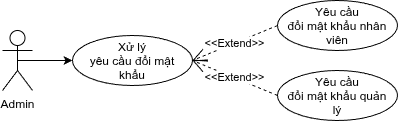
Above: Biểu đồ ca sử dụng/Xử lý yêu cầu đổi mật khẩu(Admin là actor).png in quang2097/web_java (draw.io), before the change. Source tidied: cells renumbered, new cells last; positions are measured from the earlier drawing's top-left corner, leaving out a move shared by most shapes.
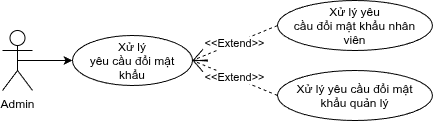
Above is the later version.

What changed in the source:
```diff
@@ -11,14 +11,14 @@
     <mxCell id="4" value="Xử lý yêu cầu đổi mật khẩu" style="ellipse;whiteSpace=wrap;html=1;shapeInside=1;" parent="1" vertex="1">
       <mxGeometry x="70" y="35" width="120" height="50" as="geometry" />
     </mxCell>
-    <mxCell id="5" value="Yêu cầu đổi mật khẩu nhân viên" style="ellipse;whiteSpace=wrap;html=1;shapeInside=1;" parent="1" vertex="1">
-      <mxGeometry x="275" width="120" height="50" as="geometry" />
+    <mxCell id="5" value="Xử lý yêu cầu đổi mật khẩu nhân viên" style="ellipse;whiteSpace=wrap;html=1;shapeInside=1;" parent="1" vertex="1">
+      <mxGeometry x="275" width="155" height="50" as="geometry" />
     </mxCell>
     <mxCell id="6" value="&amp;lt;&amp;lt;Extend&amp;gt;&amp;gt;" style="endArrow=open;endSize=12;dashed=1;html=1;rounded=0;defaultLabelBackgroundColor=page;exitX=0;exitY=0.5;exitDx=0;exitDy=0;entryX=1;entryY=0.5;entryDx=0;entryDy=0;" parent="1" edge="1" source="5" target="4">
       <mxGeometry relative="1" as="geometry" />
     </mxCell>
-    <mxCell id="7" value="Yêu cầu đổi mật khẩu quản lý" style="ellipse;whiteSpace=wrap;html=1;shapeInside=1;" parent="1" vertex="1">
-      <mxGeometry x="275" y="70" width="120" height="50" as="geometry" />
+    <mxCell id="7" value="Xử lý yêu cầu đổi mật khẩu quản lý" style="ellipse;whiteSpace=wrap;html=1;shapeInside=1;" parent="1" vertex="1">
+      <mxGeometry x="275" y="70" width="155" height="50" as="geometry" />
     </mxCell>
     <mxCell id="8" value="&amp;lt;&amp;lt;Extend&amp;gt;&amp;gt;" style="endArrow=open;endSize=12;dashed=1;html=1;rounded=0;defaultLabelBackgroundColor=page;exitX=0;exitY=0.5;exitDx=0;exitDy=0;entryX=1;entryY=0.5;entryDx=0;entryDy=0;" parent="1" edge="1" source="7" target="4">
       <mxGeometry relative="1" as="geometry" />
```
